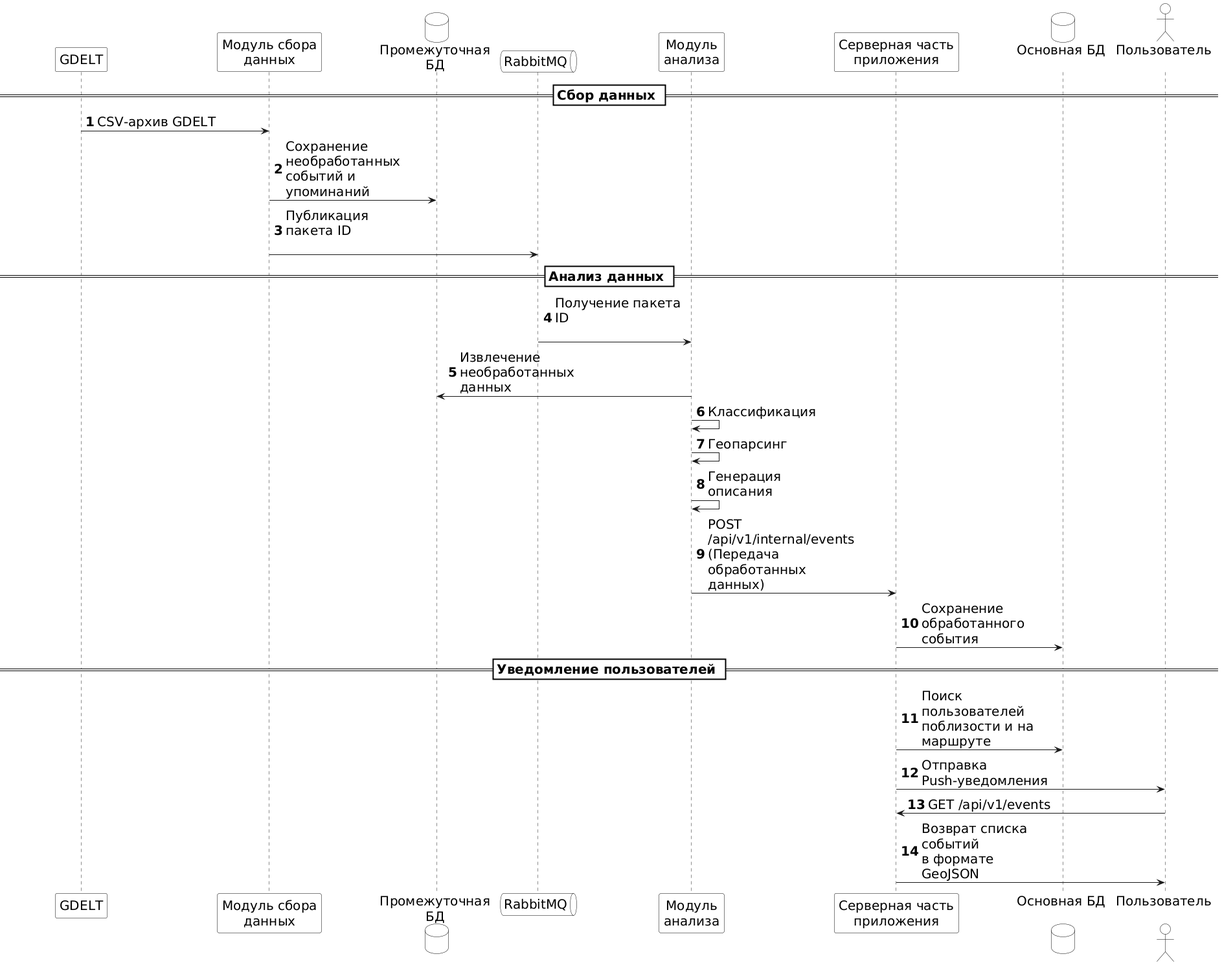
Before: report/picture/diagramm/seq_diagramm.png, a diagram exported from PlantUML (kovvvalskii/diploma-report).
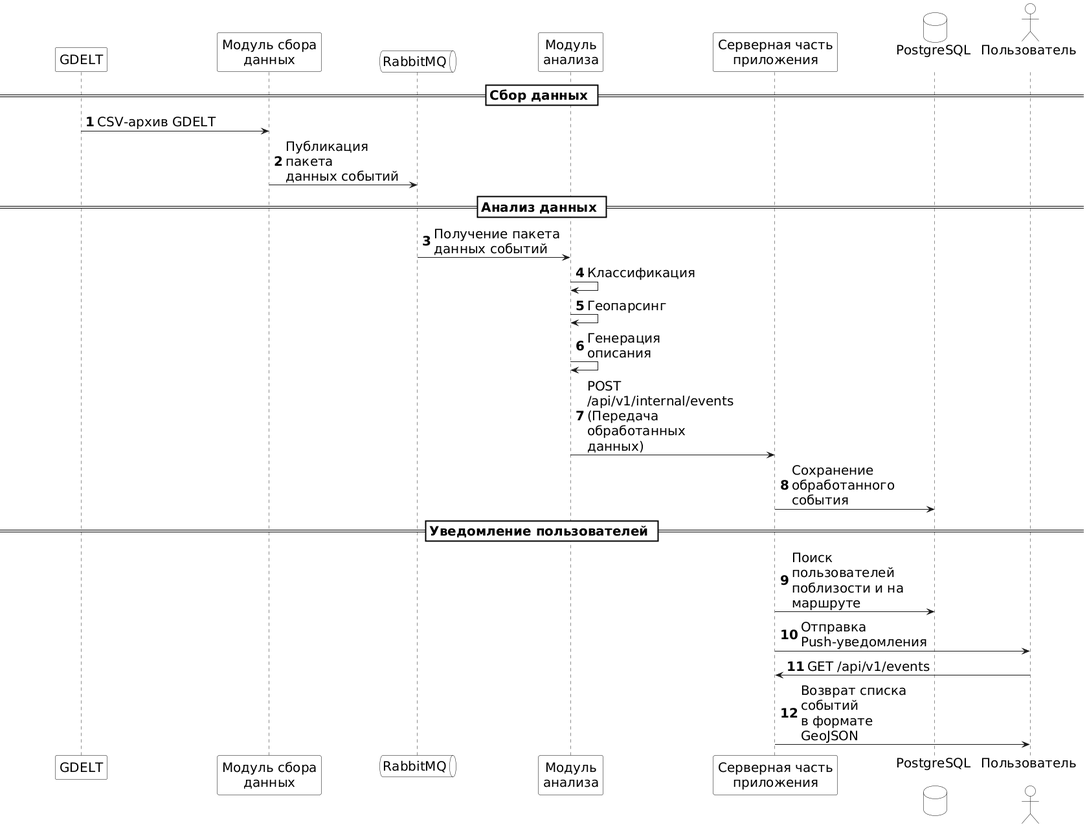
After the change.

What changed in the source:
```diff
@@ -16,7 +16,6 @@
 skinparam DatabaseBorderColor black
 skinparam QueueBorderColor black
 skinparam ActorBorderColor black
-skinparam ParticipantPadding 20
 
 skinparam SequenceDividerBackgroundColor white
 skinparam SequenceDividerBorderColor black
@@ -25,21 +24,18 @@
 
 participant "GDELT" as G
 participant "Модуль сбора\nданных" as F
-database "Промежуточная\nБД" as SDB
 queue "RabbitMQ" as RMQ
 participant "Модуль\nанализа" as A
 participant "Серверная часть\nприложения" as C
-database "Основная БД\n" as CDB
+database "PostgreSQL\n" as CDB
 actor "Пользователь\n" as U
 
 == Сбор данных ==
 G -> F : CSV-архив GDELT
-F -> SDB : Сохранение необработанных\nсобытий и упоминаний
-F -> RMQ : Публикация пакета ID\n
+F -> RMQ : Публикация пакета\nданных событий
 
 == Анализ данных ==
-RMQ -> A : Получение пакета ID\n
-A -> SDB : Извлечение необработанных данных
+RMQ -> A : Получение пакета\nданных событий
 A -> A : Классификация
 A -> A : Геопарсинг
 A -> A : Генерация описания
```
